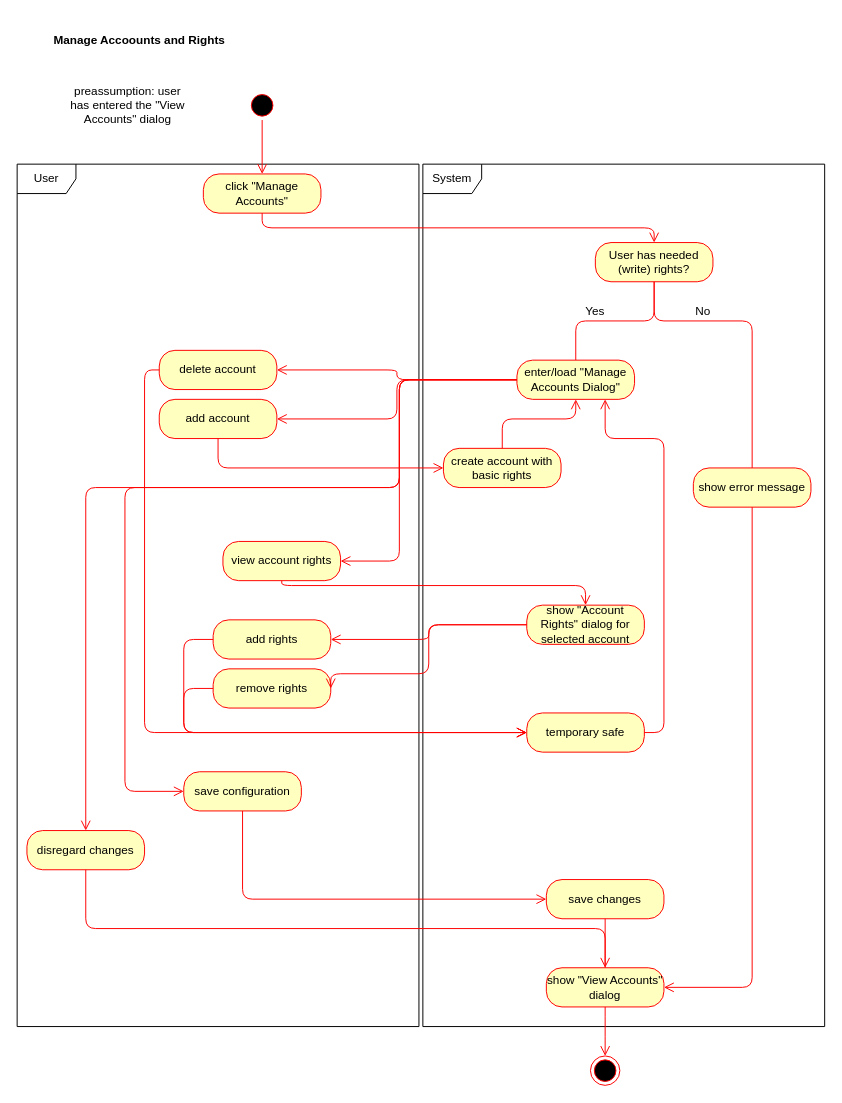
This is ManageAccountsAndRights_ActivityDiagram.drawio from mymanu/Camera-Observation-Tool-Documentation, a draw.io file, before an edit. Source tidied: cells renumbered, new cells numbered last; positions are measured from the earlier drawing's top-left corner, leaving out a move shared by most shapes. Both pictures are drawn from the tidied source at 98%, with x=0, y=0 at pixel (17, 17).
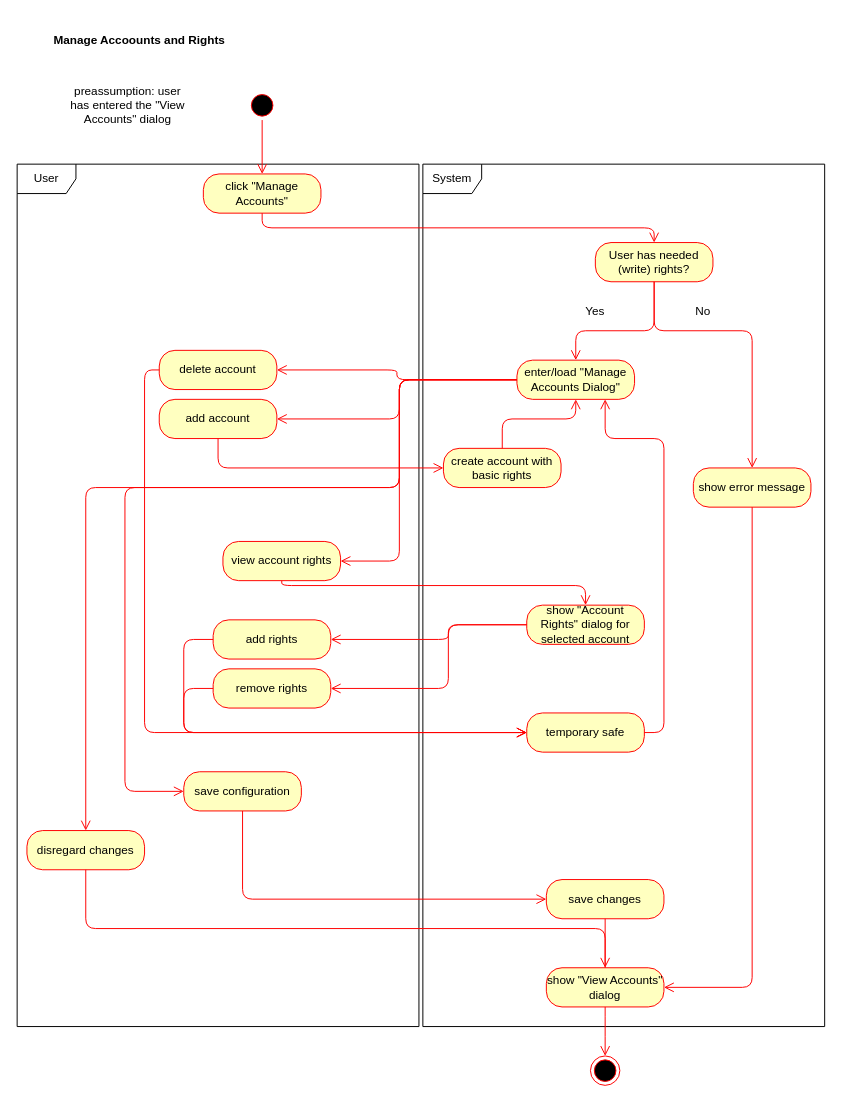
After the change.

Unchanged cells that the change refers to:
```xml
<mxCell id="7" value="User has needed (write) rights?" style="rounded=1;whiteSpace=wrap;html=1;arcSize=40;fontColor=#000000;fillColor=#ffffc0;strokeColor=#ff0000;" parent="1" vertex="1">
  <mxGeometry x="590" y="230" width="120" height="40" as="geometry" />
</mxCell>
<mxCell id="16" value="show error message" style="rounded=1;whiteSpace=wrap;html=1;arcSize=40;fontColor=#000000;fillColor=#ffffc0;strokeColor=#ff0000;" parent="1" vertex="1">
  <mxGeometry x="690" y="460" width="120" height="40" as="geometry" />
</mxCell>
<mxCell id="17" value="enter/load &quot;Manage Accounts Dialog&quot;" style="rounded=1;whiteSpace=wrap;html=1;arcSize=40;fontColor=#000000;fillColor=#ffffc0;strokeColor=#ff0000;" parent="1" vertex="1">
  <mxGeometry x="510" y="350" width="120" height="40" as="geometry" />
</mxCell>
<mxCell id="19" value="add account" style="rounded=1;whiteSpace=wrap;html=1;arcSize=40;fontColor=#000000;fillColor=#ffffc0;strokeColor=#ff0000;" parent="1" vertex="1">
  <mxGeometry x="145" y="390" width="120" height="40" as="geometry" />
</mxCell>
<mxCell id="20" value="add rights" style="rounded=1;whiteSpace=wrap;html=1;arcSize=40;fontColor=#000000;fillColor=#ffffc0;strokeColor=#ff0000;" parent="1" vertex="1">
  <mxGeometry x="200" y="615" width="120" height="40" as="geometry" />
</mxCell>
<mxCell id="21" value="remove rights" style="rounded=1;whiteSpace=wrap;html=1;arcSize=40;fontColor=#000000;fillColor=#ffffc0;strokeColor=#ff0000;" parent="1" vertex="1">
  <mxGeometry x="200" y="665" width="120" height="40" as="geometry" />
</mxCell>
<mxCell id="24" value="show &quot;Account Rights&quot; dialog for selected account" style="rounded=1;whiteSpace=wrap;html=1;arcSize=40;fontColor=#000000;fillColor=#ffffc0;strokeColor=#ff0000;" parent="1" vertex="1">
  <mxGeometry x="520" y="600" width="120" height="40" as="geometry" />
</mxCell>
```

Diff of the diagram source:
```diff
@@
-    <mxCell id="12" style="endArrow=none;html=1;edgeStyle=orthogonalEdgeStyle;strokeColor=#FF0000;entryX=0.5;entryY=1;entryDx=0;entryDy=0;exitX=0.5;exitY=0;exitDx=0;exitDy=0;" parent="1" edge="1" source="17" target="7">
-      <mxGeometry relative="1" as="geometry" />
-    </mxCell>
-    <mxCell id="13" style="endArrow=none;html=1;edgeStyle=orthogonalEdgeStyle;strokeColor=#FF0000;entryX=0.5;entryY=1;entryDx=0;entryDy=0;exitX=0.5;exitY=0;exitDx=0;exitDy=0;" parent="1" edge="1" source="16" target="7">
-      <mxGeometry relative="1" as="geometry">
-        <Array as="points">
-          <mxPoint x="750" y="310" />
-          <mxPoint x="650" y="310" />
-        </Array>
-      </mxGeometry>
-    </mxCell>
@@
-    <mxCell id="26" style="edgeStyle=orthogonalEdgeStyle;html=1;verticalAlign=bottom;endArrow=open;endSize=8;strokeColor=#ff0000;entryX=1;entryY=0.5;entryDx=0;entryDy=0;exitX=0;exitY=0.5;exitDx=0;exitDy=0;" parent="1" edge="1" source="17" target="19">
-      <mxGeometry relative="1" as="geometry" />
+    <mxCell id="26" style="edgeStyle=orthogonalEdgeStyle;html=1;verticalAlign=bottom;endArrow=open;endSize=8;strokeColor=#ff0000;entryX=1;entryY=0.5;entryDx=0;entryDy=0;exitX=0;exitY=0.5;exitDx=0;exitDy=0;startSize=7;" parent="1" edge="1" source="17" target="19">
+      <mxGeometry relative="1" as="geometry">
+        <Array as="points">
+          <mxPoint x="390" y="370" />
+          <mxPoint x="390" y="410" />
+        </Array>
+      </mxGeometry>
     </mxCell>
@@
     <mxCell id="29" style="edgeStyle=orthogonalEdgeStyle;html=1;verticalAlign=bottom;endArrow=open;endSize=8;strokeColor=#ff0000;exitX=0;exitY=0.5;exitDx=0;exitDy=0;entryX=1;entryY=0.5;entryDx=0;entryDy=0;" parent="1" edge="1" source="24" target="20">
-      <mxGeometry relative="1" as="geometry" />
+      <mxGeometry relative="1" as="geometry">
+        <Array as="points">
+          <mxPoint x="440" y="620" />
+          <mxPoint x="440" y="635" />
+        </Array>
+      </mxGeometry>
     </mxCell>
     <mxCell id="30" style="edgeStyle=orthogonalEdgeStyle;html=1;verticalAlign=bottom;endArrow=open;endSize=8;strokeColor=#ff0000;entryX=1;entryY=0.5;entryDx=0;entryDy=0;exitX=0;exitY=0.5;exitDx=0;exitDy=0;" parent="1" edge="1" source="24" target="21">
       <mxGeometry relative="1" as="geometry">
         <Array as="points">
-          <mxPoint x="420" y="620" />
-          <mxPoint x="420" y="670" />
+          <mxPoint x="440" y="620" />
+          <mxPoint x="440" y="685" />
         </Array>
       </mxGeometry>
     </mxCell>
@@
+    <mxCell id="49" style="edgeStyle=orthogonalEdgeStyle;html=1;verticalAlign=bottom;endArrow=open;endSize=8;strokeColor=#ff0000;entryX=0.5;entryY=0;entryDx=0;entryDy=0;exitX=0.5;exitY=1;exitDx=0;exitDy=0;" parent="1" edge="1" source="7" target="16">
+      <mxGeometry relative="1" as="geometry">
+        <Array as="points">
+          <mxPoint x="650" y="320" />
+          <mxPoint x="750" y="320" />
+        </Array>
+      </mxGeometry>
+    </mxCell>
+    <mxCell id="50" style="edgeStyle=orthogonalEdgeStyle;html=1;verticalAlign=bottom;endArrow=open;endSize=8;strokeColor=#ff0000;entryX=0.5;entryY=0;entryDx=0;entryDy=0;exitX=0.5;exitY=1;exitDx=0;exitDy=0;" parent="1" edge="1" source="7" target="17">
+      <mxGeometry relative="1" as="geometry">
+        <Array as="points">
+          <mxPoint x="650" y="320" />
+          <mxPoint x="570" y="320" />
+        </Array>
+      </mxGeometry>
+    </mxCell>
```
